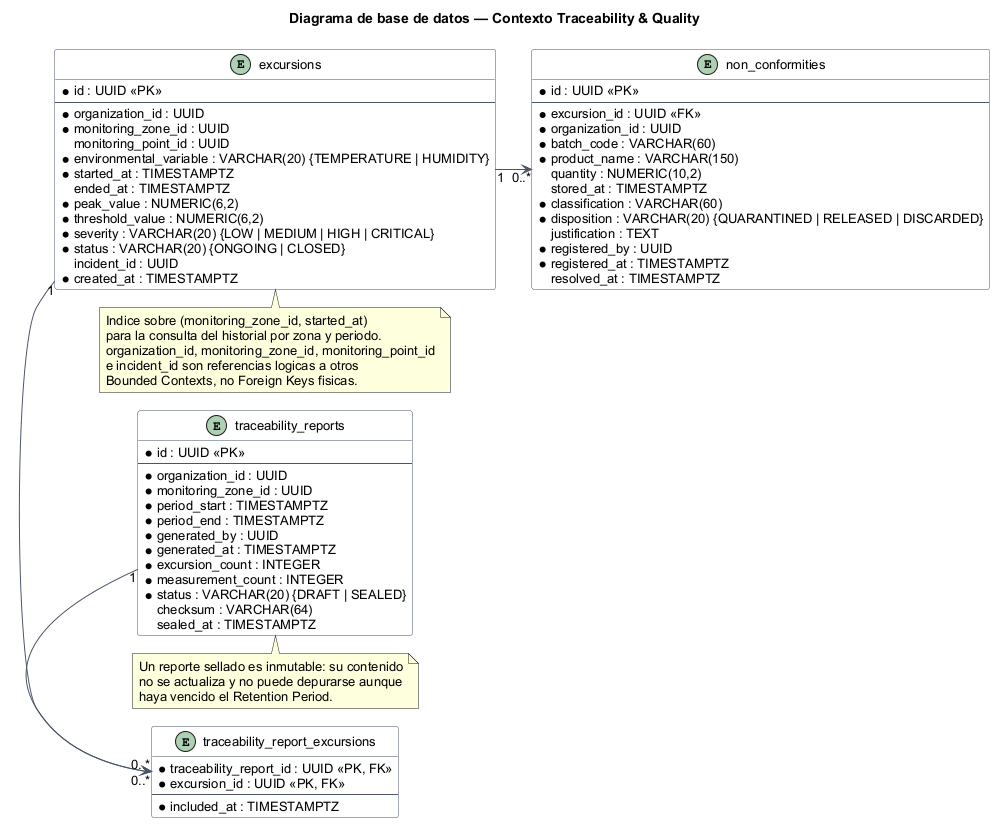
This is assets/img/chapter-4/BC Traceability & Quality/Database Design Diagram - Traceability & Quality.png from MachineGuard/MachineGuard-Documentation, a PlantUML export, as it was before one commit. Source of this version:
```plantuml
@startuml
!pragma layout smetana
title Diagrama de base de datos — Contexto Traceability & Quality

left to right direction
skinparam backgroundColor white
skinparam shadowing false
skinparam defaultFontName Arial
skinparam defaultFontSize 13
skinparam classBorderColor #4A5568
skinparam classBackgroundColor #F8FAFC
skinparam ArrowColor #4A5568
skinparam linetype ortho
skinparam nodesep 70
skinparam ranksep 70
hide methods
hide stereotypes

entity excursions {
  * id : UUID <<PK>>
  --
  * organization_id : UUID
  * monitoring_zone_id : UUID
  monitoring_point_id : UUID
  * environmental_variable : VARCHAR(20) {TEMPERATURE | HUMIDITY}
  * started_at : TIMESTAMPTZ
  ended_at : TIMESTAMPTZ
  * peak_value : NUMERIC(6,2)
  * threshold_value : NUMERIC(6,2)
  * severity : VARCHAR(20) {LOW | MEDIUM | HIGH | CRITICAL}
  * status : VARCHAR(20) {ONGOING | CLOSED}
  incident_id : UUID
  * created_at : TIMESTAMPTZ
}

entity traceability_reports {
  * id : UUID <<PK>>
  --
  * organization_id : UUID
  * monitoring_zone_id : UUID
  * period_start : TIMESTAMPTZ
  * period_end : TIMESTAMPTZ
  * generated_by : UUID
  * generated_at : TIMESTAMPTZ
  * excursion_count : INTEGER
  * measurement_count : INTEGER
  * status : VARCHAR(20) {DRAFT | SEALED}
  checksum : VARCHAR(64)
  sealed_at : TIMESTAMPTZ
}

entity traceability_report_excursions {
  * traceability_report_id : UUID <<PK, FK>>
  * excursion_id : UUID <<PK, FK>>
  --
  * included_at : TIMESTAMPTZ
}

entity non_conformities {
  * id : UUID <<PK>>
  --
  * excursion_id : UUID <<FK>>
  * organization_id : UUID
  * batch_code : VARCHAR(60)
  * product_name : VARCHAR(150)
  quantity : NUMERIC(10,2)
  stored_at : TIMESTAMPTZ
  * classification : VARCHAR(60)
  * disposition : VARCHAR(20) {QUARANTINED | RELEASED | DISCARDED}
  justification : TEXT
  * registered_by : UUID
  * registered_at : TIMESTAMPTZ
  resolved_at : TIMESTAMPTZ
}

excursions "1" -down-> "0..*" non_conformities
traceability_reports "1" -right-> "0..*" traceability_report_excursions
excursions "1" -right-> "0..*" traceability_report_excursions

note bottom of excursions
  Indice sobre (monitoring_zone_id, started_at)
  para la consulta del historial por zona y periodo.
  organization_id, monitoring_zone_id, monitoring_point_id
  e incident_id son referencias logicas a otros
  Bounded Contexts, no Foreign Keys fisicas.
end note

note bottom of traceability_reports
  Un reporte sellado es inmutable: su contenido
  no se actualiza y no puede depurarse aunque
  haya vencido el Retention Period.
end note
@enduml
```
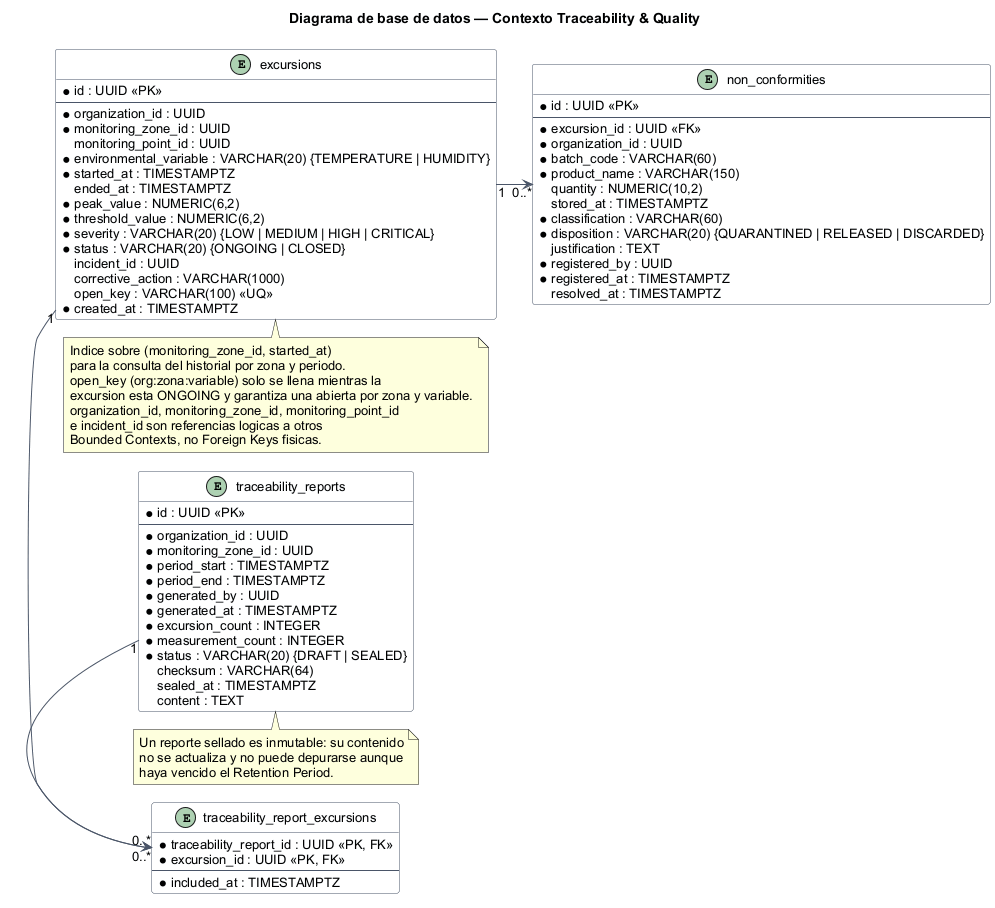
After the commit.

Commit message:
docs(chapter4): regenerate Traceability and Quality database design diagram

What changed in the source:
```diff
@@ -30,6 +30,8 @@
   * severity : VARCHAR(20) {LOW | MEDIUM | HIGH | CRITICAL}
   * status : VARCHAR(20) {ONGOING | CLOSED}
   incident_id : UUID
+  corrective_action : VARCHAR(1000)
+  open_key : VARCHAR(100) <<UQ>>
   * created_at : TIMESTAMPTZ
 }
 
@@ -47,6 +49,7 @@
   * status : VARCHAR(20) {DRAFT | SEALED}
   checksum : VARCHAR(64)
   sealed_at : TIMESTAMPTZ
+  content : TEXT
 }
 
 entity traceability_report_excursions {
@@ -80,6 +83,8 @@
 note bottom of excursions
   Indice sobre (monitoring_zone_id, started_at)
   para la consulta del historial por zona y periodo.
+  open_key (org:zona:variable) solo se llena mientras la
+  excursion esta ONGOING y garantiza una abierta por zona y variable.
   organization_id, monitoring_zone_id, monitoring_point_id
   e incident_id son referencias logicas a otros
   Bounded Contexts, no Foreign Keys fisicas.
```
